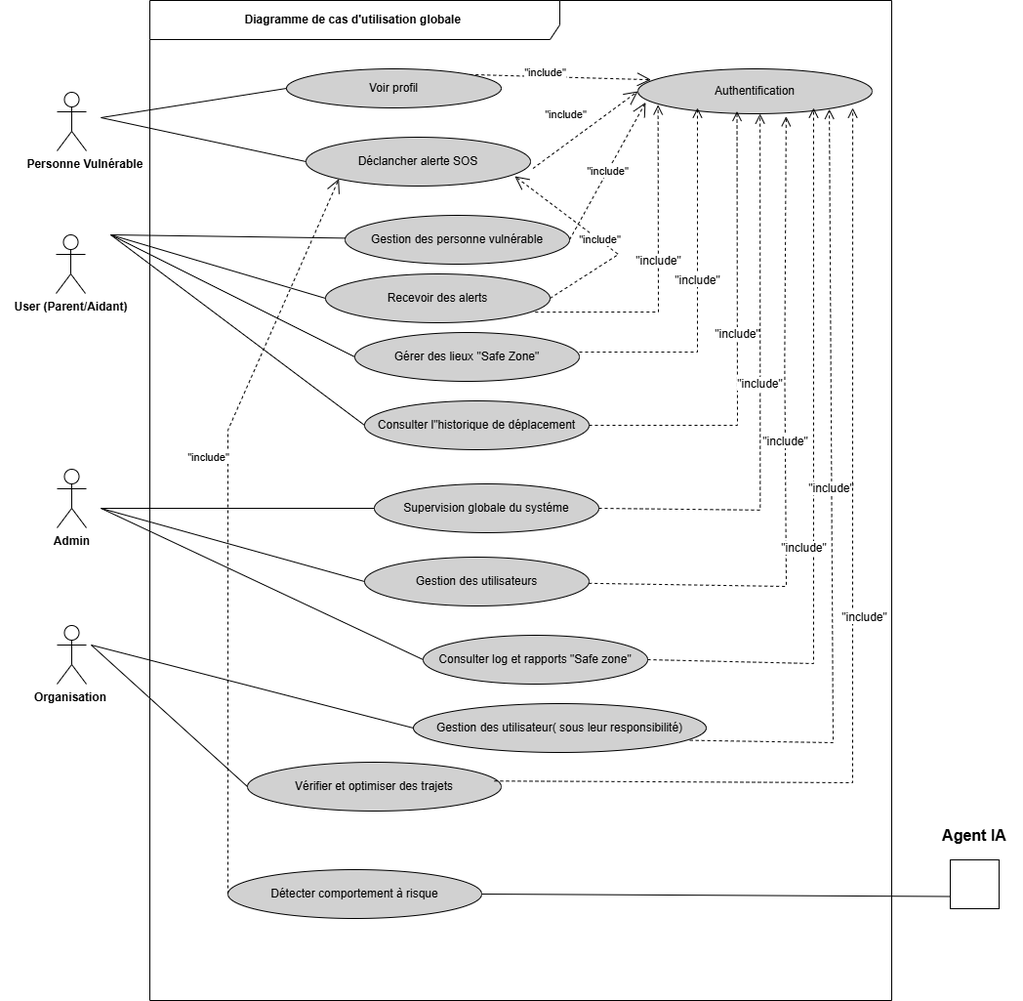
Above: images/uc globale finale.png in Hadil-fk/SafeTrack-rapport (draw.io), before the change. Source tidied: cells renumbered, new cells last; positions are measured from the earlier drawing's top-left corner, leaving out a move shared by most shapes.
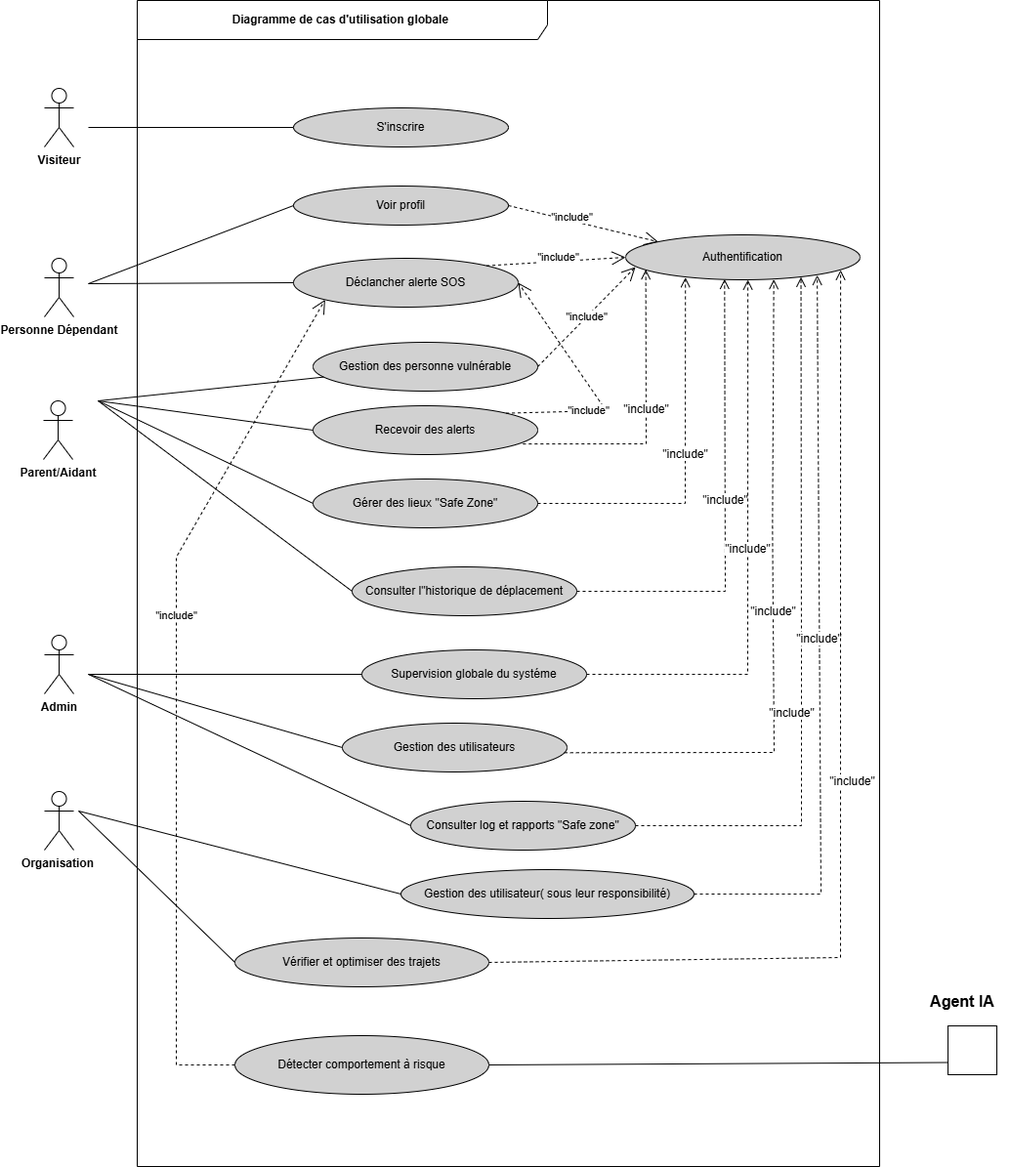
The same diagram one commit later.

Change to the diagram source:
```diff
@@ -3,22 +3,22 @@
     <mxCell id="0" />
     <mxCell id="1" parent="0" />
     <mxCell id="2" value="&lt;b&gt;Diagramme de cas d'utilisation globale&amp;nbsp;&lt;/b&gt;" style="shape=umlFrame;whiteSpace=wrap;html=1;width=420;height=40;" parent="1" vertex="1">
-      <mxGeometry x="111" width="760" height="1024" as="geometry" />
+      <mxGeometry x="111" y="-170" width="760" height="1194" as="geometry" />
     </mxCell>
-    <mxCell id="3" value="&lt;b&gt;&lt;span style=&quot;white-space: pre;&quot;&gt;&#9;&lt;/span&gt;Personne Vulnérable&lt;/b&gt;" style="shape=umlActor;verticalLabelPosition=bottom;verticalAlign=top;html=1;" parent="1" vertex="1">
+    <mxCell id="3" value="&lt;b&gt;Personne Dépendant&lt;/b&gt;" style="shape=umlActor;verticalLabelPosition=bottom;verticalAlign=top;html=1;" parent="1" vertex="1">
       <mxGeometry x="16" y="94" width="30" height="60" as="geometry" />
     </mxCell>
-    <mxCell id="4" value="&lt;b&gt;User (Parent/Aidant)&lt;/b&gt;" style="shape=umlActor;verticalLabelPosition=bottom;verticalAlign=top;html=1;" parent="1" vertex="1">
+    <mxCell id="4" value="&lt;b&gt;Parent/Aidant&lt;/b&gt;" style="shape=umlActor;verticalLabelPosition=bottom;verticalAlign=top;html=1;" parent="1" vertex="1">
       <mxGeometry x="15" y="240" width="30" height="60" as="geometry" />
     </mxCell>
     <mxCell id="5" value="&lt;b&gt;Admin&lt;/b&gt;" style="shape=umlActor;verticalLabelPosition=bottom;verticalAlign=top;html=1;" parent="1" vertex="1">
       <mxGeometry x="16" y="480" width="30" height="60" as="geometry" />
     </mxCell>
     <mxCell id="6" value="Voir profil" style="ellipse;whiteSpace=wrap;html=1;fillColor=#D1D1D1;" parent="1" vertex="1">
-      <mxGeometry x="251" y="70" width="220" height="40" as="geometry" />
+      <mxGeometry x="271" y="20" width="220" height="40" as="geometry" />
     </mxCell>
     <mxCell id="7" value="Déclancher alerte SOS" style="ellipse;whiteSpace=wrap;html=1;fillColor=#D1D1D1;" parent="1" vertex="1">
-      <mxGeometry x="271" y="140" width="230" height="50" as="geometry" />
+      <mxGeometry x="271" y="94" width="230" height="50" as="geometry" />
     </mxCell>
     <mxCell id="8" style="endArrow=none;html=1;rounded=0;entryX=0;entryY=0.5;entryDx=0;entryDy=0;" parent="1" edge="1" target="6">
       <mxGeometry relative="1" as="geometry">
@@ -33,22 +33,20 @@
     <mxCell id="10" value="Authentification" style="ellipse;whiteSpace=wrap;html=1;fillColor=#D1D1D1;" parent="1" vertex="1">
       <mxGeometry x="611" y="70" width="240" height="46" as="geometry" />
     </mxCell>
-    <mxCell id="11" value="&quot;include&quot;" style="endArrow=open;endSize=12;dashed=1;html=1;rounded=0;entryX=0.056;entryY=0.243;entryDx=0;entryDy=0;entryPerimeter=0;exitX=1;exitY=0;exitDx=0;exitDy=0;" parent="1" edge="1" source="6" target="10">
+    <mxCell id="11" value="&quot;include&quot;" style="endArrow=open;endSize=12;dashed=1;html=1;rounded=0;entryX=0;entryY=0;entryDx=0;entryDy=0;exitX=1;exitY=0.5;exitDx=0;exitDy=0;" parent="1" edge="1" source="6" target="10">
       <mxGeometry x="-0.17" y="4" relative="1" as="geometry" />
     </mxCell>
-    <mxCell id="12" value="&quot;include&quot;" style="endArrow=open;endSize=12;dashed=1;html=1;rounded=0;exitX=1.011;exitY=0.64;exitDx=0;exitDy=0;entryX=0;entryY=0.5;entryDx=0;entryDy=0;exitPerimeter=0;" parent="1" edge="1" source="7" target="10">
-      <mxGeometry x="-0.11" y="24" relative="1" as="geometry">
-        <mxPoint y="-1" as="offset" />
-      </mxGeometry>
+    <mxCell id="12" value="&quot;include&quot;" style="endArrow=open;endSize=12;dashed=1;html=1;rounded=0;exitX=1;exitY=0;exitDx=0;exitDy=0;entryX=0;entryY=0.5;entryDx=0;entryDy=0;" parent="1" edge="1" source="7" target="10">
+      <mxGeometry x="0.03" y="4" relative="1" as="geometry" />
     </mxCell>
     <mxCell id="13" value="Gestion des personne vulnérable" style="ellipse;whiteSpace=wrap;html=1;fillColor=#D1D1D1;" parent="1" vertex="1">
-      <mxGeometry x="311" y="220" width="230" height="50" as="geometry" />
+      <mxGeometry x="291" y="180" width="230" height="50" as="geometry" />
     </mxCell>
     <mxCell id="14" value="Recevoir des alerts" style="ellipse;whiteSpace=wrap;html=1;fillColor=#D1D1D1;" parent="1" vertex="1">
-      <mxGeometry x="291" y="280" width="230" height="50" as="geometry" />
+      <mxGeometry x="291" y="245" width="230" height="50" as="geometry" />
     </mxCell>
     <mxCell id="15" value="Gérer des lieux &quot;Safe Zone&quot;" style="ellipse;whiteSpace=wrap;html=1;fillColor=#D1D1D1;" parent="1" vertex="1">
-      <mxGeometry x="321" y="340" width="230" height="50" as="geometry" />
+      <mxGeometry x="291" y="320" width="230" height="50" as="geometry" />
     </mxCell>
     <mxCell id="16" value="Consulter l&quot;historique de déplacement" style="ellipse;whiteSpace=wrap;html=1;fillColor=#D1D1D1;" parent="1" vertex="1">
       <mxGeometry x="331" y="410" width="230" height="50" as="geometry" />
@@ -77,7 +75,7 @@
       <mxGeometry x="341" y="495" width="230" height="50" as="geometry" />
     </mxCell>
     <mxCell id="22" value="Gestion des utilisateurs" style="ellipse;whiteSpace=wrap;html=1;fillColor=#D1D1D1;" parent="1" vertex="1">
-      <mxGeometry x="331" y="570" width="230" height="50" as="geometry" />
+      <mxGeometry x="321" y="570" width="230" height="50" as="geometry" />
     </mxCell>
     <mxCell id="23" value="Consulter log et rapports &quot;Safe zone&quot;" style="ellipse;whiteSpace=wrap;html=1;fillColor=#D1D1D1;" parent="1" vertex="1">
       <mxGeometry x="391" y="650" width="230" height="50" as="geometry" />
@@ -86,7 +84,7 @@
       <mxGeometry x="381" y="720" width="300" height="50" as="geometry" />
     </mxCell>
     <mxCell id="25" value="Vérifier et optimiser des trajets" style="ellipse;whiteSpace=wrap;html=1;fillColor=#D1D1D1;" parent="1" vertex="1">
-      <mxGeometry x="211" y="780" width="260" height="50" as="geometry" />
+      <mxGeometry x="211" y="790" width="260" height="50" as="geometry" />
     </mxCell>
     <mxCell id="26" style="endArrow=none;html=1;rounded=0;entryX=0;entryY=0.5;entryDx=0;entryDy=0;" parent="1" edge="1" target="21">
       <mxGeometry relative="1" as="geometry">
@@ -117,34 +115,32 @@
       <mxGeometry y="697" width="60" height="30" as="geometry" />
     </mxCell>
     <mxCell id="32" style="whiteSpace=wrap;html=1;" parent="1" vertex="1">
-      <mxGeometry x="931" y="880" width="50" height="50" as="geometry" />
+      <mxGeometry x="941" y="880" width="50" height="50" as="geometry" />
     </mxCell>
     <mxCell id="33" value="&lt;b&gt;Agent IA&lt;/b&gt;" style="text;html=1;whiteSpace=wrap;strokeColor=none;fillColor=none;align=center;verticalAlign=middle;rounded=0;fontSize=16;" parent="1" vertex="1">
       <mxGeometry x="906" y="840" width="100" height="30" as="geometry" />
     </mxCell>
     <mxCell id="34" value="Détecter comportement à risque" style="ellipse;whiteSpace=wrap;html=1;fillColor=#D1D1D1;" parent="1" vertex="1">
-      <mxGeometry x="191" y="890" width="260" height="50" as="geometry" />
+      <mxGeometry x="211" y="890" width="260" height="60" as="geometry" />
     </mxCell>
     <mxCell id="35" style="endArrow=none;html=1;rounded=0;fontSize=12;startSize=8;endSize=8;curved=1;entryX=0;entryY=0.75;entryDx=0;entryDy=0;exitX=1;exitY=0.5;exitDx=0;exitDy=0;" parent="1" edge="1" source="34" target="32">
       <mxGeometry relative="1" as="geometry" />
     </mxCell>
-    <mxCell id="36" value="&quot;include&quot;" style="html=1;verticalAlign=bottom;endArrow=open;dashed=1;endSize=8;curved=0;rounded=0;fontSize=12;" parent="1" edge="1">
+    <mxCell id="36" value="&quot;include&quot;" style="html=1;verticalAlign=bottom;endArrow=open;dashed=1;endSize=8;curved=0;rounded=0;fontSize=12;exitX=1;exitY=0.5;exitDx=0;exitDy=0;entryX=0.255;entryY=0.948;entryDx=0;entryDy=0;entryPerimeter=0;" parent="1" edge="1" source="15" target="10">
       <mxGeometry relative="1" as="geometry">
-        <mxPoint x="551" y="360" as="sourcePoint" />
-        <mxPoint x="672" y="110" as="targetPoint" />
         <Array as="points">
-          <mxPoint x="672" y="360" />
+          <mxPoint x="672" y="345" />
         </Array>
       </mxGeometry>
     </mxCell>
-    <mxCell id="37" value="&quot;include&quot;" style="html=1;verticalAlign=bottom;endArrow=open;dashed=1;endSize=8;curved=0;rounded=0;fontSize=12;entryX=0.086;entryY=0.802;entryDx=0;entryDy=0;entryPerimeter=0;exitX=0.934;exitY=0.782;exitDx=0;exitDy=0;exitPerimeter=0;" parent="1" edge="1" source="14" target="10">
+    <mxCell id="37" value="&quot;include&quot;" style="html=1;verticalAlign=bottom;endArrow=open;dashed=1;endSize=8;curved=0;rounded=0;fontSize=12;entryX=0.086;entryY=0.773;entryDx=0;entryDy=0;entryPerimeter=0;exitX=0.934;exitY=0.782;exitDx=0;exitDy=0;exitPerimeter=0;" parent="1" edge="1" source="14" target="10">
       <mxGeometry relative="1" as="geometry">
         <Array as="points">
-          <mxPoint x="632" y="319" />
+          <mxPoint x="632" y="284" />
         </Array>
       </mxGeometry>
     </mxCell>
-    <mxCell id="38" value="&quot;include&quot;" style="html=1;verticalAlign=bottom;endArrow=open;dashed=1;endSize=8;curved=0;rounded=0;fontSize=12;entryX=0.423;entryY=0.945;entryDx=0;entryDy=0;entryPerimeter=0;exitX=1;exitY=0.5;exitDx=0;exitDy=0;" parent="1" edge="1" source="16" target="10">
+    <mxCell id="38" value="&quot;include&quot;" style="html=1;verticalAlign=bottom;endArrow=open;dashed=1;endSize=8;curved=0;rounded=0;fontSize=12;entryX=0.422;entryY=0.985;entryDx=0;entryDy=0;entryPerimeter=0;exitX=1;exitY=0.5;exitDx=0;exitDy=0;" parent="1" edge="1" source="16" target="10">
       <mxGeometry relative="1" as="geometry">
         <Array as="points">
           <mxPoint x="713" y="435" />
@@ -155,39 +151,37 @@
       <mxGeometry relative="1" as="geometry">
         <mxPoint x="736.1" y="116" as="targetPoint" />
         <Array as="points">
-          <mxPoint x="736.3" y="521.8" />
+          <mxPoint x="736" y="520" />
         </Array>
       </mxGeometry>
     </mxCell>
-    <mxCell id="40" value="&quot;include&quot;" style="html=1;verticalAlign=bottom;endArrow=open;dashed=1;endSize=8;curved=0;rounded=0;fontSize=12;entryX=1;entryY=1;entryDx=0;entryDy=0;" parent="1" edge="1" source="22">
+    <mxCell id="40" value="&quot;include&quot;" style="html=1;verticalAlign=bottom;endArrow=open;dashed=1;endSize=8;curved=0;rounded=0;fontSize=12;exitX=0.988;exitY=0.606;exitDx=0;exitDy=0;exitPerimeter=0;entryX=0.632;entryY=0.991;entryDx=0;entryDy=0;entryPerimeter=0;" parent="1" edge="1" source="22" target="10">
       <mxGeometry relative="1" as="geometry">
-        <mxPoint x="762.9" y="118.8" as="targetPoint" />
         <Array as="points">
           <mxPoint x="763" y="600" />
           <mxPoint x="761.4" y="370" />
         </Array>
       </mxGeometry>
     </mxCell>
-    <mxCell id="41" value="&quot;include&quot;" style="html=1;verticalAlign=bottom;endArrow=open;dashed=1;endSize=8;curved=0;rounded=0;fontSize=12;exitX=1;exitY=0.5;exitDx=0;exitDy=0;" parent="1" edge="1" source="23">
+    <mxCell id="41" value="&quot;include&quot;" style="html=1;verticalAlign=bottom;endArrow=open;dashed=1;endSize=8;curved=0;rounded=0;fontSize=12;exitX=1;exitY=0.5;exitDx=0;exitDy=0;entryX=0.748;entryY=0.939;entryDx=0;entryDy=0;entryPerimeter=0;" parent="1" edge="1" source="23" target="10">
       <mxGeometry x="-0.25" y="10" relative="1" as="geometry">
-        <mxPoint x="791" y="110" as="targetPoint" />
         <Array as="points">
-          <mxPoint x="791" y="679" />
+          <mxPoint x="791" y="675" />
           <mxPoint x="791" y="510" />
         </Array>
       </mxGeometry>
     </mxCell>
-    <mxCell id="42" value="&quot;include&quot;" style="html=1;verticalAlign=bottom;endArrow=open;dashed=1;endSize=8;curved=0;rounded=0;fontSize=12;exitX=0.944;exitY=0.752;exitDx=0;exitDy=0;entryX=0.817;entryY=0.897;entryDx=0;entryDy=0;entryPerimeter=0;exitPerimeter=0;" parent="1" edge="1" source="24" target="10">
+    <mxCell id="42" value="&quot;include&quot;" style="html=1;verticalAlign=bottom;endArrow=open;dashed=1;endSize=8;curved=0;rounded=0;fontSize=12;exitX=1;exitY=0.5;exitDx=0;exitDy=0;entryX=0.817;entryY=0.897;entryDx=0;entryDy=0;entryPerimeter=0;" parent="1" edge="1" source="24" target="10">
       <mxGeometry relative="1" as="geometry">
         <Array as="points">
-          <mxPoint x="811" y="760" />
+          <mxPoint x="811" y="745" />
         </Array>
       </mxGeometry>
     </mxCell>
-    <mxCell id="43" value="&quot;include&quot;" style="html=1;verticalAlign=bottom;endArrow=open;dashed=1;endSize=8;curved=0;rounded=0;fontSize=12;entryX=0.917;entryY=0.87;entryDx=0;entryDy=0;entryPerimeter=0;exitX=0.973;exitY=0.385;exitDx=0;exitDy=0;exitPerimeter=0;" parent="1" edge="1" source="25" target="10">
+    <mxCell id="43" value="&quot;include&quot;" style="html=1;verticalAlign=bottom;endArrow=open;dashed=1;endSize=8;curved=0;rounded=0;fontSize=12;entryX=0.917;entryY=0.783;entryDx=0;entryDy=0;entryPerimeter=0;exitX=1;exitY=0.5;exitDx=0;exitDy=0;" parent="1" edge="1" source="25" target="10">
       <mxGeometry y="-12" relative="1" as="geometry">
         <Array as="points">
-          <mxPoint x="831" y="801" />
+          <mxPoint x="831" y="810" />
           <mxPoint x="831" y="460" />
         </Array>
         <mxPoint y="-1" as="offset" />
@@ -196,25 +190,37 @@
     <mxCell id="44" style="edgeStyle=none;curved=1;rounded=0;orthogonalLoop=1;jettySize=auto;html=1;exitX=1;exitY=1;exitDx=0;exitDy=0;exitPerimeter=0;fontSize=12;startSize=8;endSize=8;" parent="1" edge="1" source="4" target="4">
       <mxGeometry relative="1" as="geometry" />
     </mxCell>
-    <mxCell id="45" value="&quot;include&quot;" style="endArrow=open;endSize=12;dashed=1;html=1;rounded=0;entryX=0;entryY=1;entryDx=0;entryDy=0;exitX=0;exitY=0.5;exitDx=0;exitDy=0;" parent="1" edge="1" source="34" target="7">
-      <mxGeometry x="0.18" y="20" relative="1" as="geometry">
+    <mxCell id="45" value="&quot;include&quot;" style="endArrow=open;endSize=12;dashed=1;html=1;rounded=0;entryX=0;entryY=1;entryDx=0;entryDy=0;" parent="1" edge="1" source="34" target="7">
+      <mxGeometry x="0.17" relative="1" as="geometry">
         <Array as="points">
-          <mxPoint x="191" y="440" />
+          <mxPoint x="151" y="920" />
+          <mxPoint x="151" y="400" />
         </Array>
       </mxGeometry>
     </mxCell>
-    <mxCell id="46" value="&quot;include&quot;" style="endArrow=open;endSize=12;dashed=1;html=1;rounded=0;exitX=1;exitY=0.5;exitDx=0;exitDy=0;entryX=0.033;entryY=0.748;entryDx=0;entryDy=0;entryPerimeter=0;" parent="1" edge="1" source="13" target="10">
+    <mxCell id="46" value="&quot;include&quot;" style="endArrow=open;endSize=12;dashed=1;html=1;rounded=0;exitX=1;exitY=0.5;exitDx=0;exitDy=0;entryX=0.042;entryY=0.715;entryDx=0;entryDy=0;entryPerimeter=0;" parent="1" edge="1" source="13" target="10">
       <mxGeometry relative="1" as="geometry" />
     </mxCell>
-    <mxCell id="47" value="&quot;include&quot;" style="endArrow=open;endSize=12;dashed=1;html=1;rounded=0;exitX=1;exitY=0.5;exitDx=0;exitDy=0;entryX=0.93;entryY=0.8;entryDx=0;entryDy=0;entryPerimeter=0;" parent="1" edge="1" source="14" target="7">
-      <mxGeometry relative="1" as="geometry">
+    <mxCell id="47" value="&quot;include&quot;" style="endArrow=open;endSize=12;dashed=1;html=1;rounded=0;exitX=1;exitY=0;exitDx=0;exitDy=0;entryX=1;entryY=0.5;entryDx=0;entryDy=0;" parent="1" edge="1" source="14" target="7">
+      <mxGeometry x="-0.36" relative="1" as="geometry">
         <Array as="points">
-          <mxPoint x="591" y="260" />
+          <mxPoint x="591" y="250" />
         </Array>
       </mxGeometry>
     </mxCell>
     <mxCell id="48" style="shape=umlActor;verticalLabelPosition=bottom;verticalAlign=top;html=1;" parent="1" vertex="1">
       <mxGeometry x="16" y="640" width="30" height="60" as="geometry" />
     </mxCell>
+    <mxCell id="49" value="&lt;b&gt;Visiteur&lt;/b&gt;" style="shape=umlActor;verticalLabelPosition=bottom;verticalAlign=top;html=1;" parent="1" vertex="1">
+      <mxGeometry x="16" y="-80" width="30" height="60" as="geometry" />
+    </mxCell>
+    <mxCell id="50" style="rounded=0;jettySize=auto;html=1;exitX=0;exitY=0.5;exitDx=0;exitDy=0;endArrow=none;endFill=0;" parent="1" edge="1" source="51">
+      <mxGeometry relative="1" as="geometry">
+        <mxPoint x="61" y="-40" as="targetPoint" />
+      </mxGeometry>
+    </mxCell>
+    <mxCell id="51" value="S'inscrire" style="ellipse;whiteSpace=wrap;html=1;fillColor=#D1D1D1;" parent="1" vertex="1">
+      <mxGeometry x="271" y="-60" width="220" height="40" as="geometry" />
+    </mxCell>
   </root>
 </mxGraphModel>
```
